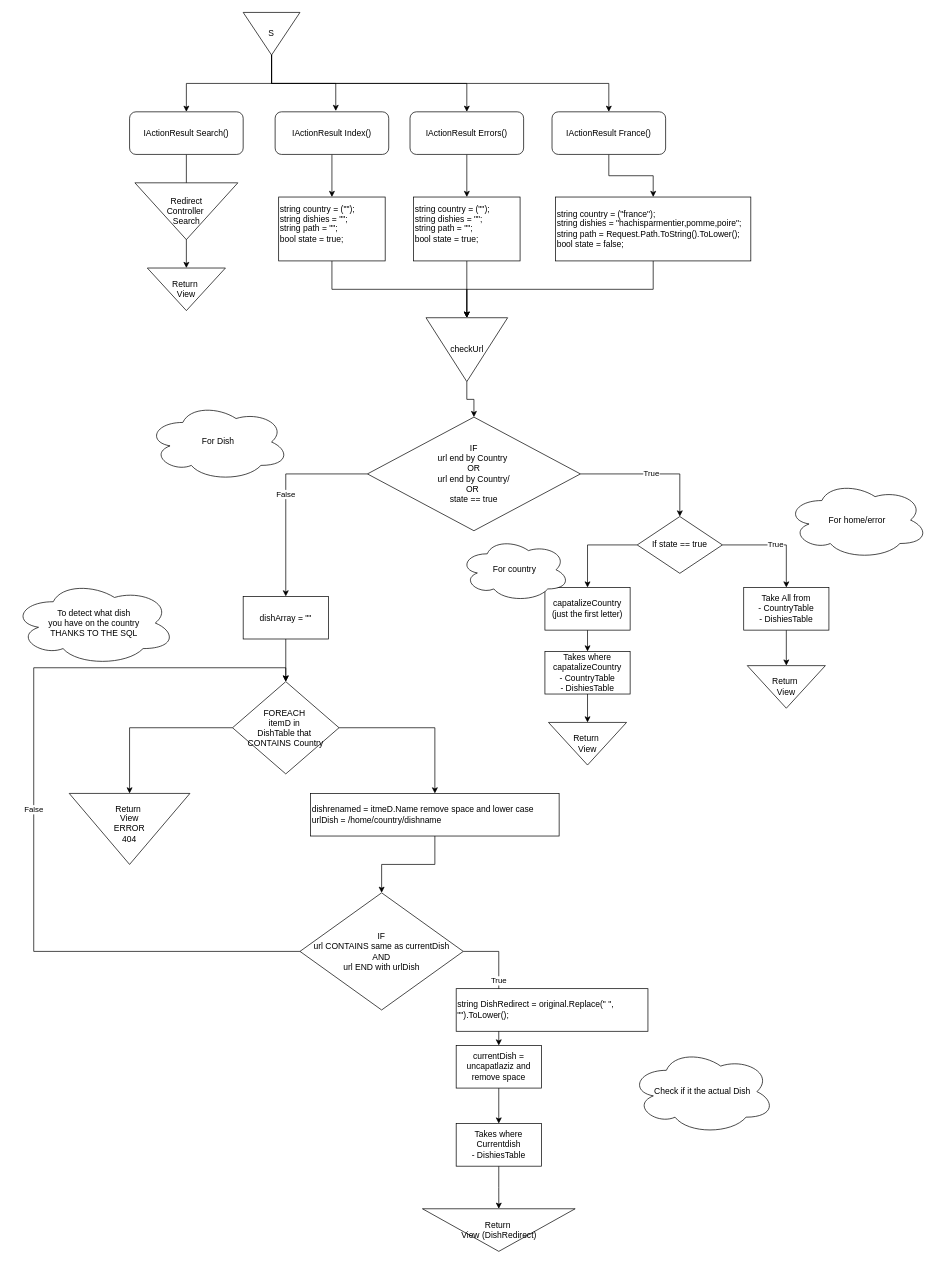
Earlier version of the draw.io diagram FlowChart/controllerHome.drawio (David-Melik/WorldKitchen). Source tidied: cells renumbered, new cells numbered last; positions are measured from the earlier drawing's top-left corner, leaving out a move shared by most shapes. Both pictures are drawn from the tidied source at 71%, with x=0, y=0 at pixel (12, 12).
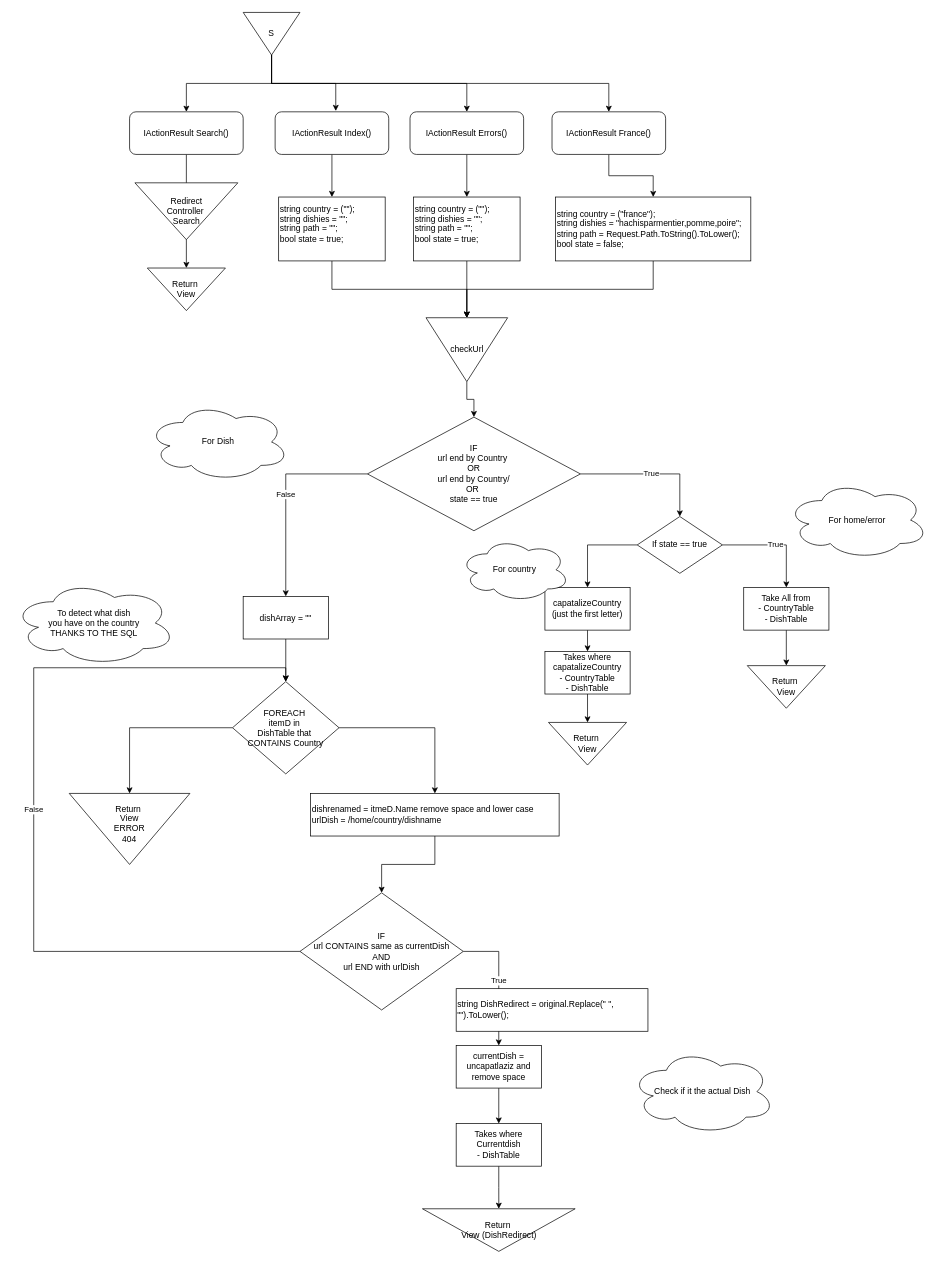
The same page after the edit.

What changed in the source:
```diff
@@
-    <mxCell id="30" value="Take All from&lt;div&gt;- CountryTable&lt;/div&gt;&lt;div&gt;- DishiesTable&lt;/div&gt;" style="rounded=0;whiteSpace=wrap;html=1;" parent="1" vertex="1">
+    <mxCell id="30" value="Take All from&lt;div&gt;- CountryTable&lt;/div&gt;&lt;div&gt;- DishTable&lt;/div&gt;" style="rounded=0;whiteSpace=wrap;html=1;" parent="1" vertex="1">
       <mxGeometry x="1030" y="810" width="120" height="60" as="geometry" />
     </mxCell>
@@
-    <mxCell id="35" value="Takes where capatalizeCountry&lt;div&gt;- CountryTable&lt;/div&gt;&lt;div&gt;- DishiesTable&lt;/div&gt;" style="rounded=0;whiteSpace=wrap;html=1;" parent="1" vertex="1">
+    <mxCell id="35" value="Takes where capatalizeCountry&lt;div&gt;- CountryTable&lt;/div&gt;&lt;div&gt;- DishTable&lt;/div&gt;" style="rounded=0;whiteSpace=wrap;html=1;" parent="1" vertex="1">
       <mxGeometry x="750" y="900" width="120" height="60" as="geometry" />
     </mxCell>
@@
-    <mxCell id="44" value="&lt;div&gt;Takes where Currentdish&lt;br&gt;&lt;/div&gt;&lt;div&gt;- DishiesTable&lt;/div&gt;" style="rounded=0;whiteSpace=wrap;html=1;" parent="1" vertex="1">
+    <mxCell id="44" value="&lt;div&gt;Takes where Currentdish&lt;br&gt;&lt;/div&gt;&lt;div&gt;- DishTable&lt;/div&gt;" style="rounded=0;whiteSpace=wrap;html=1;" parent="1" vertex="1">
       <mxGeometry x="625" y="1565" width="120" height="60" as="geometry" />
     </mxCell>
```
